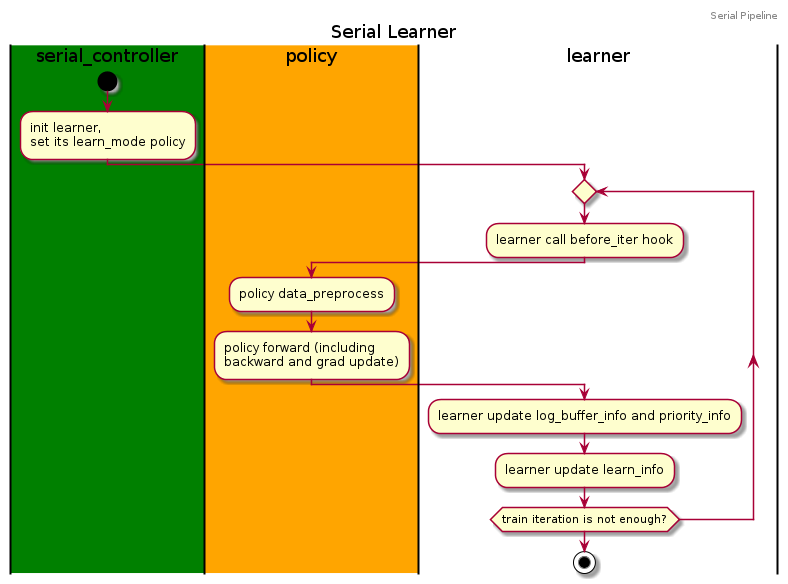
Earlier version of the PlantUML export nervex/design/serial_learner.png (opendilab/DI-engine).
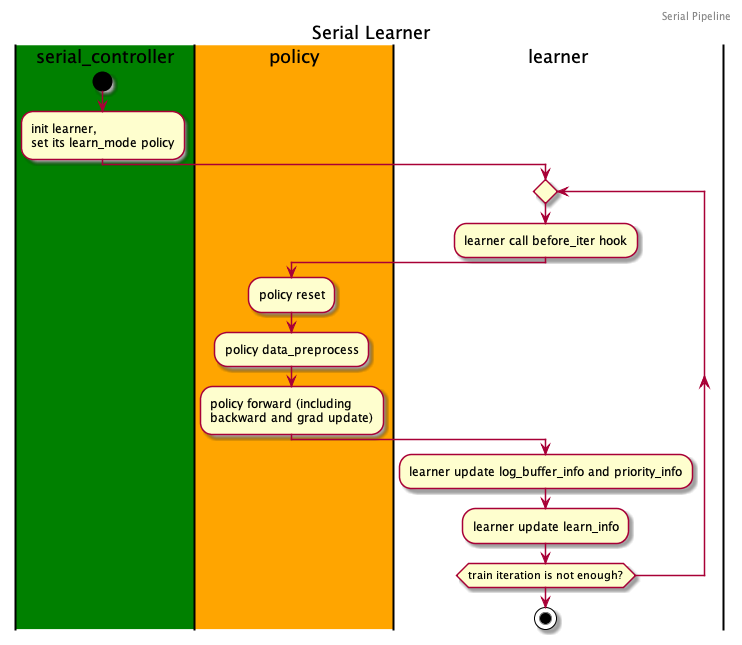
The same diagram one commit later.

Commit message:
fix learner policy reset bug

Change to the diagram source:
```diff
@@ -1,4 +1,4 @@
-@startuml
+@startuml serial_learner
 header Serial Pipeline
 title Serial Learner
 
@@ -13,6 +13,7 @@
   |learner|
   :learner call before_iter hook;
   |#orange|policy|
+  :policy reset;
   :policy data_preprocess;
   :policy forward (including \nbackward and grad update);
   |learner|
```
